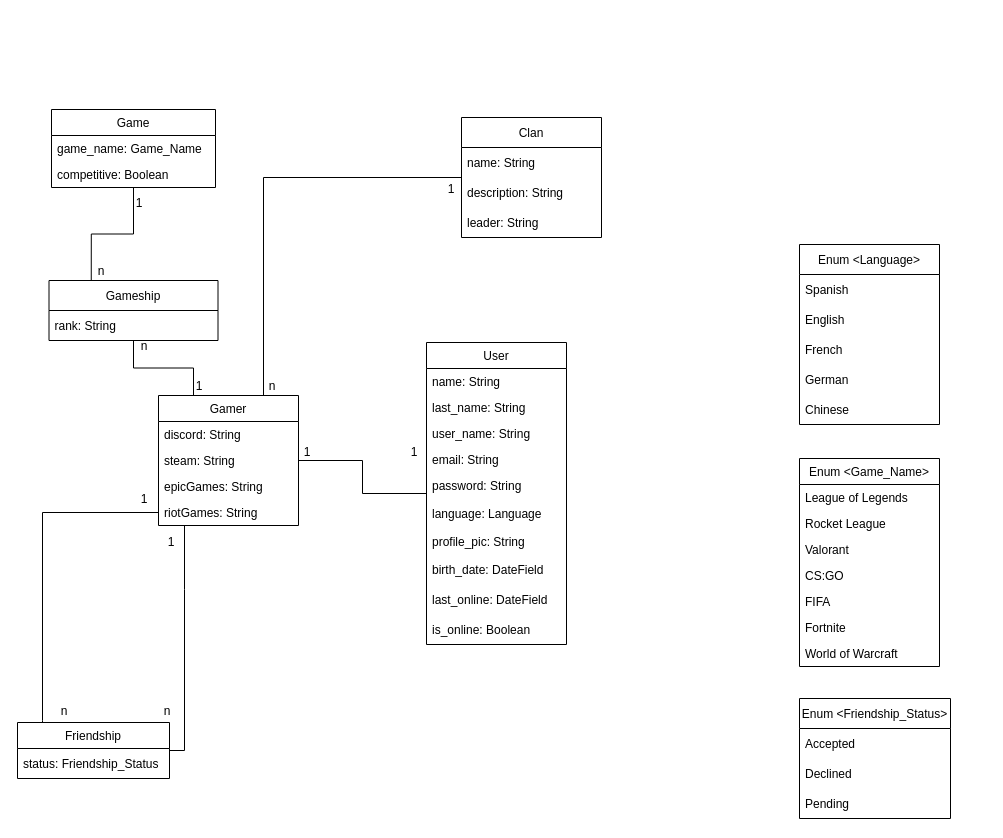
This is Documentación/UML.drawio from javmarjae/TFG, a draw.io file, before an edit. Source tidied: cells renumbered, new cells numbered last; positions are measured from the earlier drawing's top-left corner, leaving out a move shared by most shapes. Both pictures are drawn from the tidied source at 100%, with x=0, y=0 at pixel (17, 109).
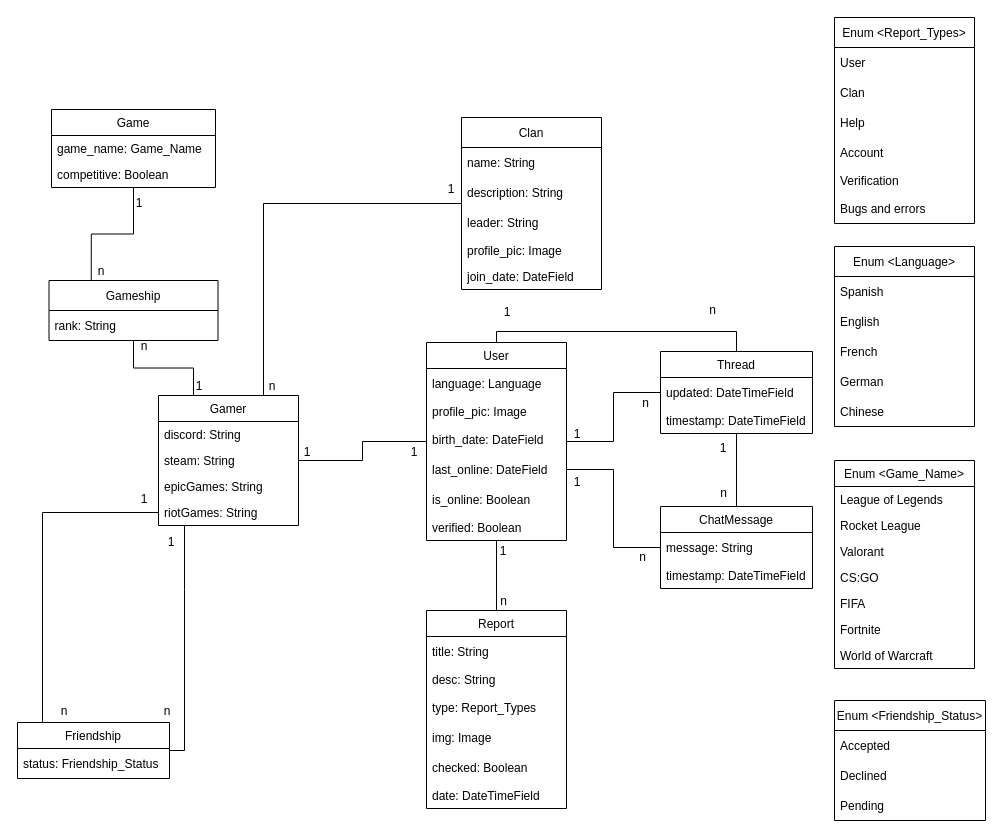
The same page after the edit.

The edit, as a diff of the source:
```diff
@@
     <mxCell id="3" value="User" style="swimlane;fontStyle=0;horizontal=1;startSize=26;fillColor=none;" parent="1" vertex="1">
-      <mxGeometry x="409" y="233" width="140" height="302" as="geometry" />
+      <mxGeometry x="409" y="233" width="140" height="198" as="geometry" />
     </mxCell>
-    <mxCell id="4" value="name: String" style="text;strokeColor=none;fillColor=none;align=left;verticalAlign=top;spacingLeft=4;spacingRight=4;overflow=hidden;" parent="3" vertex="1">
-      <mxGeometry y="26" width="140" height="26" as="geometry" />
-    </mxCell>
-    <mxCell id="5" value="last_name: String" style="text;strokeColor=none;fillColor=none;align=left;verticalAlign=top;spacingLeft=4;spacingRight=4;overflow=hidden;" parent="3" vertex="1">
-      <mxGeometry y="52" width="140" height="26" as="geometry" />
-    </mxCell>
-    <mxCell id="6" value="user_name: String" style="text;strokeColor=none;fillColor=none;align=left;verticalAlign=top;spacingLeft=4;spacingRight=4;overflow=hidden;" parent="3" vertex="1">
-      <mxGeometry y="78" width="140" height="26" as="geometry" />
-    </mxCell>
-    <mxCell id="7" value="email: String" style="text;strokeColor=none;fillColor=none;align=left;verticalAlign=top;spacingLeft=4;spacingRight=4;overflow=hidden;" parent="3" vertex="1">
-      <mxGeometry y="104" width="140" height="26" as="geometry" />
-    </mxCell>
-    <mxCell id="8" value="password: String" style="text;strokeColor=none;fillColor=none;align=left;verticalAlign=top;spacingLeft=4;spacingRight=4;overflow=hidden;" parent="3" vertex="1">
-      <mxGeometry y="130" width="140" height="26" as="geometry" />
-    </mxCell>
     <mxCell id="9" value="language: Language" style="text;strokeColor=none;fillColor=none;align=left;verticalAlign=middle;spacingLeft=4;spacingRight=4;overflow=hidden;" parent="3" vertex="1">
-      <mxGeometry y="156" width="140" height="30" as="geometry" />
+      <mxGeometry y="26" width="140" height="30" as="geometry" />
     </mxCell>
-    <mxCell id="10" value="profile_pic: String" style="text;strokeColor=none;fillColor=none;align=left;verticalAlign=top;spacingLeft=4;spacingRight=4;overflow=hidden;" parent="3" vertex="1">
-      <mxGeometry y="186" width="140" height="26" as="geometry" />
+    <mxCell id="10" value="profile_pic: Image" style="text;strokeColor=none;fillColor=none;align=left;verticalAlign=top;spacingLeft=4;spacingRight=4;overflow=hidden;" parent="3" vertex="1">
+      <mxGeometry y="56" width="140" height="26" as="geometry" />
     </mxCell>
     <mxCell id="11" value="birth_date: DateField" style="text;strokeColor=none;fillColor=none;align=left;verticalAlign=middle;spacingLeft=4;spacingRight=4;overflow=hidden;" parent="3" vertex="1">
-      <mxGeometry y="212" width="140" height="30" as="geometry" />
+      <mxGeometry y="82" width="140" height="30" as="geometry" />
     </mxCell>
     <mxCell id="12" value="last_online: DateField" style="text;strokeColor=none;fillColor=none;align=left;verticalAlign=middle;spacingLeft=4;spacingRight=4;overflow=hidden;points=[[0,0.5],[1,0.5]];portConstraint=eastwest;" parent="3" vertex="1">
-      <mxGeometry y="242" width="140" height="30" as="geometry" />
+      <mxGeometry y="112" width="140" height="30" as="geometry" />
     </mxCell>
     <mxCell id="13" value="is_online: Boolean" style="text;strokeColor=none;fillColor=none;align=left;verticalAlign=middle;spacingLeft=4;spacingRight=4;overflow=hidden;" parent="3" vertex="1">
-      <mxGeometry y="272" width="140" height="30" as="geometry" />
+      <mxGeometry y="142" width="140" height="30" as="geometry" />
     </mxCell>
+    <mxCell id="65" value="verified: Boolean" style="text;strokeColor=none;fillColor=none;align=left;verticalAlign=top;spacingLeft=4;spacingRight=4;overflow=hidden;whiteSpace=wrap;html=1;" parent="3" vertex="1">
+      <mxGeometry y="172" width="140" height="26" as="geometry" />
+    </mxCell>
@@
     <mxCell id="17" value="Enum &lt;Game_Name&gt;" style="swimlane;fontStyle=0;horizontal=1;startSize=26;fillColor=none;" parent="1" vertex="1">
-      <mxGeometry x="782" y="349" width="140" height="208" as="geometry" />
+      <mxGeometry x="817" y="351" width="140" height="208" as="geometry" />
     </mxCell>
@@
     <mxCell id="32" value="Clan" style="swimlane;fontStyle=0;horizontal=1;startSize=30;" parent="1" vertex="1">
-      <mxGeometry x="444" y="8" width="140" height="120" as="geometry" />
+      <mxGeometry x="444" y="8" width="140" height="172" as="geometry" />
     </mxCell>
@@
+    <mxCell id="66" value="profile_pic: Image" style="text;strokeColor=none;fillColor=none;align=left;verticalAlign=top;spacingLeft=4;spacingRight=4;overflow=hidden;whiteSpace=wrap;html=1;" parent="32" vertex="1">
+      <mxGeometry y="120" width="140" height="26" as="geometry" />
+    </mxCell>
+    <mxCell id="67" value="join_date: DateField" style="text;strokeColor=none;fillColor=none;align=left;verticalAlign=top;spacingLeft=4;spacingRight=4;overflow=hidden;whiteSpace=wrap;html=1;" parent="32" vertex="1">
+      <mxGeometry y="146" width="140" height="26" as="geometry" />
+    </mxCell>
@@
     <mxCell id="42" value="Enum &lt;Language&gt;" style="swimlane;fontStyle=0;horizontal=1;startSize=30;" parent="1" vertex="1">
-      <mxGeometry x="782" y="135" width="140" height="180" as="geometry" />
+      <mxGeometry x="817" y="137" width="140" height="180" as="geometry" />
     </mxCell>
@@
     <mxCell id="61" value="Enum &lt;Friendship_Status&gt;" style="swimlane;fontStyle=0;horizontal=1;startSize=30;" parent="1" vertex="1">
-      <mxGeometry x="782" y="589" width="151" height="120" as="geometry" />
+      <mxGeometry x="817" y="591" width="151" height="120" as="geometry" />
     </mxCell>
@@
+    <mxCell id="68" style="edgeStyle=orthogonalEdgeStyle;rounded=0;jettySize=auto;html=1;endArrow=none;endFill=0;" parent="1" edge="1" source="69" target="3">
+      <mxGeometry relative="1" as="geometry" />
+    </mxCell>
+    <mxCell id="69" value="Report" style="swimlane;fontStyle=0;horizontal=1;startSize=26;fillColor=none;" parent="1" vertex="1">
+      <mxGeometry x="409" y="501" width="140" height="198" as="geometry" />
+    </mxCell>
+    <mxCell id="70" value="title: String" style="text;strokeColor=none;fillColor=none;align=left;verticalAlign=middle;spacingLeft=4;spacingRight=4;overflow=hidden;" parent="69" vertex="1">
+      <mxGeometry y="26" width="140" height="30" as="geometry" />
+    </mxCell>
+    <mxCell id="71" value="desc: String" style="text;strokeColor=none;fillColor=none;align=left;verticalAlign=top;spacingLeft=4;spacingRight=4;overflow=hidden;" parent="69" vertex="1">
+      <mxGeometry y="56" width="140" height="26" as="geometry" />
+    </mxCell>
+    <mxCell id="72" value="type: Report_Types" style="text;strokeColor=none;fillColor=none;align=left;verticalAlign=middle;spacingLeft=4;spacingRight=4;overflow=hidden;" parent="69" vertex="1">
+      <mxGeometry y="82" width="140" height="30" as="geometry" />
+    </mxCell>
+    <mxCell id="73" value="img: Image" style="text;strokeColor=none;fillColor=none;align=left;verticalAlign=middle;spacingLeft=4;spacingRight=4;overflow=hidden;" parent="69" vertex="1">
+      <mxGeometry y="112" width="140" height="30" as="geometry" />
+    </mxCell>
+    <mxCell id="74" value="checked: Boolean" style="text;strokeColor=none;fillColor=none;align=left;verticalAlign=middle;spacingLeft=4;spacingRight=4;overflow=hidden;" parent="69" vertex="1">
+      <mxGeometry y="142" width="140" height="30" as="geometry" />
+    </mxCell>
+    <mxCell id="75" value="date: DateTimeField" style="text;strokeColor=none;fillColor=none;align=left;verticalAlign=top;spacingLeft=4;spacingRight=4;overflow=hidden;whiteSpace=wrap;html=1;" parent="69" vertex="1">
+      <mxGeometry y="172" width="140" height="26" as="geometry" />
+    </mxCell>
+    <mxCell id="76" value="1" style="text;html=1;strokeColor=none;fillColor=none;align=center;verticalAlign=middle;whiteSpace=wrap;rounded=0;" parent="1" vertex="1">
+      <mxGeometry x="456" y="427" width="60" height="30" as="geometry" />
+    </mxCell>
+    <mxCell id="77" value="n" style="text;html=1;align=center;verticalAlign=middle;strokeColor=none;fillColor=none;" parent="1" vertex="1">
+      <mxGeometry x="473.5" y="479" width="25" height="26" as="geometry" />
+    </mxCell>
+    <mxCell id="78" value="Enum &lt;Report_Types&gt;" style="swimlane;fontStyle=0;horizontal=1;startSize=30;" parent="1" vertex="1">
+      <mxGeometry x="817" y="-92" width="140" height="206" as="geometry" />
+    </mxCell>
+    <mxCell id="79" value="User" style="text;strokeColor=none;fillColor=none;align=left;verticalAlign=middle;spacingLeft=4;spacingRight=4;overflow=hidden;" parent="78" vertex="1">
+      <mxGeometry y="30" width="140" height="30" as="geometry" />
+    </mxCell>
+    <mxCell id="80" value="Clan" style="text;strokeColor=none;fillColor=none;align=left;verticalAlign=middle;spacingLeft=4;spacingRight=4;overflow=hidden;" parent="78" vertex="1">
+      <mxGeometry y="60" width="140" height="30" as="geometry" />
+    </mxCell>
+    <mxCell id="81" value="Help" style="text;strokeColor=none;fillColor=none;align=left;verticalAlign=middle;spacingLeft=4;spacingRight=4;overflow=hidden;" parent="78" vertex="1">
+      <mxGeometry y="90" width="140" height="30" as="geometry" />
+    </mxCell>
+    <mxCell id="82" value="Account" style="text;strokeColor=none;fillColor=none;align=left;verticalAlign=middle;spacingLeft=4;spacingRight=4;overflow=hidden;" parent="78" vertex="1">
+      <mxGeometry y="120" width="140" height="30" as="geometry" />
+    </mxCell>
+    <mxCell id="83" value="Verification" style="text;strokeColor=none;fillColor=none;align=left;verticalAlign=top;spacingLeft=4;spacingRight=4;overflow=hidden;whiteSpace=wrap;html=1;" parent="78" vertex="1">
+      <mxGeometry y="150" width="140" height="26" as="geometry" />
+    </mxCell>
+    <mxCell id="84" value="Bugs and errors" style="text;strokeColor=none;fillColor=none;align=left;verticalAlign=middle;spacingLeft=4;spacingRight=4;overflow=hidden;" parent="78" vertex="1">
+      <mxGeometry y="176" width="140" height="30" as="geometry" />
+    </mxCell>
+    <mxCell id="85" style="edgeStyle=orthogonalEdgeStyle;rounded=0;jettySize=auto;html=1;endArrow=none;endFill=0;" parent="1" edge="1" source="87" target="3">
+      <mxGeometry relative="1" as="geometry" />
+    </mxCell>
+    <mxCell id="86" style="edgeStyle=orthogonalEdgeStyle;rounded=0;jettySize=auto;html=1;entryX=0.5;entryY=0;entryDx=0;entryDy=0;exitX=0.5;exitY=0;exitDx=0;exitDy=0;endArrow=none;endFill=0;" parent="1" edge="1" source="87" target="3">
+      <mxGeometry relative="1" as="geometry" />
+    </mxCell>
+    <mxCell id="87" value="Thread" style="swimlane;fontStyle=0;horizontal=1;startSize=26;fillColor=none;" parent="1" vertex="1">
+      <mxGeometry x="643" y="242" width="152" height="82" as="geometry" />
+    </mxCell>
+    <mxCell id="88" value="updated: DateTimeField" style="text;strokeColor=none;fillColor=none;align=left;verticalAlign=middle;spacingLeft=4;spacingRight=4;overflow=hidden;" parent="87" vertex="1">
+      <mxGeometry y="26" width="152" height="30" as="geometry" />
+    </mxCell>
+    <mxCell id="89" value="timestamp: DateTimeField" style="text;strokeColor=none;fillColor=none;align=left;verticalAlign=top;spacingLeft=4;spacingRight=4;overflow=hidden;" parent="87" vertex="1">
+      <mxGeometry y="56" width="152" height="26" as="geometry" />
+    </mxCell>
+    <mxCell id="90" value="n" style="text;html=1;align=center;verticalAlign=middle;strokeColor=none;fillColor=none;" parent="1" vertex="1">
+      <mxGeometry x="615" y="281" width="25" height="26" as="geometry" />
+    </mxCell>
+    <mxCell id="91" value="n" style="text;html=1;align=center;verticalAlign=middle;strokeColor=none;fillColor=none;" parent="1" vertex="1">
+      <mxGeometry x="682" y="188" width="25" height="26" as="geometry" />
+    </mxCell>
+    <mxCell id="92" value="1" style="text;html=1;strokeColor=none;fillColor=none;align=center;verticalAlign=middle;whiteSpace=wrap;rounded=0;" parent="1" vertex="1">
+      <mxGeometry x="530" y="310" width="60" height="30" as="geometry" />
+    </mxCell>
+    <mxCell id="93" value="1" style="text;html=1;strokeColor=none;fillColor=none;align=center;verticalAlign=middle;whiteSpace=wrap;rounded=0;" parent="1" vertex="1">
+      <mxGeometry x="460" y="188" width="60" height="30" as="geometry" />
+    </mxCell>
+    <mxCell id="94" style="edgeStyle=orthogonalEdgeStyle;rounded=0;jettySize=auto;html=1;endArrow=none;endFill=0;" parent="1" edge="1" source="96" target="87">
+      <mxGeometry relative="1" as="geometry" />
+    </mxCell>
+    <mxCell id="95" style="edgeStyle=orthogonalEdgeStyle;rounded=0;jettySize=auto;html=1;entryX=1;entryY=0.5;entryDx=0;entryDy=0;exitX=0;exitY=0.5;exitDx=0;exitDy=0;endArrow=none;endFill=0;" parent="1" edge="1" source="97" target="12">
+      <mxGeometry relative="1" as="geometry" />
+    </mxCell>
+    <mxCell id="96" value="ChatMessage" style="swimlane;fontStyle=0;horizontal=1;startSize=26;fillColor=none;" parent="1" vertex="1">
+      <mxGeometry x="643" y="397" width="152" height="82" as="geometry" />
+    </mxCell>
+    <mxCell id="97" value="message: String" style="text;strokeColor=none;fillColor=none;align=left;verticalAlign=middle;spacingLeft=4;spacingRight=4;overflow=hidden;points=[[0,0.5],[1,0.5]];portConstraint=eastwest;" parent="96" vertex="1">
+      <mxGeometry y="26" width="152" height="30" as="geometry" />
+    </mxCell>
+    <mxCell id="98" value="timestamp: DateTimeField" style="text;strokeColor=none;fillColor=none;align=left;verticalAlign=top;spacingLeft=4;spacingRight=4;overflow=hidden;" parent="96" vertex="1">
+      <mxGeometry y="56" width="152" height="26" as="geometry" />
+    </mxCell>
+    <mxCell id="99" value="n" style="text;html=1;align=center;verticalAlign=middle;strokeColor=none;fillColor=none;" parent="1" vertex="1">
+      <mxGeometry x="693" y="371" width="25" height="26" as="geometry" />
+    </mxCell>
+    <mxCell id="100" value="1" style="text;html=1;strokeColor=none;fillColor=none;align=center;verticalAlign=middle;whiteSpace=wrap;rounded=0;" parent="1" vertex="1">
+      <mxGeometry x="675.5" y="324" width="60" height="30" as="geometry" />
+    </mxCell>
+    <mxCell id="101" value="1" style="text;html=1;strokeColor=none;fillColor=none;align=center;verticalAlign=middle;whiteSpace=wrap;rounded=0;" parent="1" vertex="1">
+      <mxGeometry x="530" y="358" width="60" height="30" as="geometry" />
+    </mxCell>
+    <mxCell id="102" value="n" style="text;html=1;align=center;verticalAlign=middle;strokeColor=none;fillColor=none;" parent="1" vertex="1">
+      <mxGeometry x="612" y="435" width="25" height="26" as="geometry" />
+    </mxCell>
```
